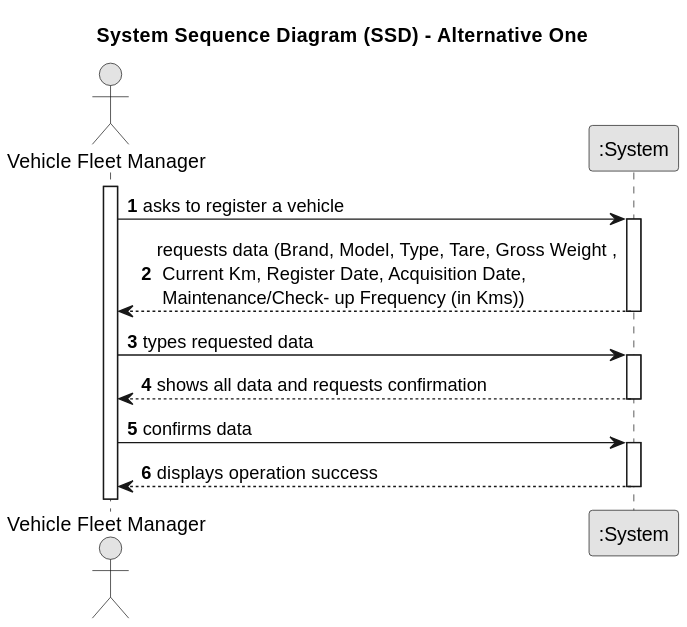
The PlantUML diagram docs/sprintC/us020/01.requirements-engineering/svg/us020-system-sequence-diagram-alternative-one.svg in Departamento-de-Engenharia-Informatica/lei-24-s2-1dl-g121, before a commit.
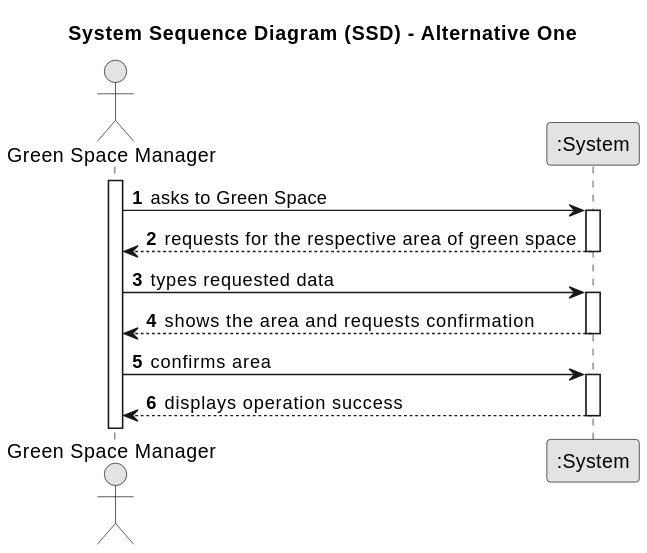
The same diagram one commit later.

The edit, as a diff of the source:
```diff
@@ -7,24 +7,24 @@
 
 autonumber
 
-actor "Vehicle Fleet Manager" as Employee
+actor "Green Space Manager" as Employee
 participant ":System" as System
 
 activate Employee
 
-    Employee -> System : asks to register a vehicle
+    Employee -> System : asks to Green Space
     activate System
 
-        System --> Employee : requests data (Brand, Model, Type, Tare, Gross Weight ,\n Current Km, Register Date, Acquisition Date,\n Maintenance/Check- up Frequency (in Kms))
+        System --> Employee : requests for the respective area of green space
     deactivate System
 
     Employee -> System : types requested data
     activate System
 
-        System --> Employee : shows all data and requests confirmation
+        System --> Employee : shows the area and requests confirmation
     deactivate System
 
-    Employee -> System : confirms data
+    Employee -> System : confirms area
     activate System
 
         System --> Employee : displays operation success
```
